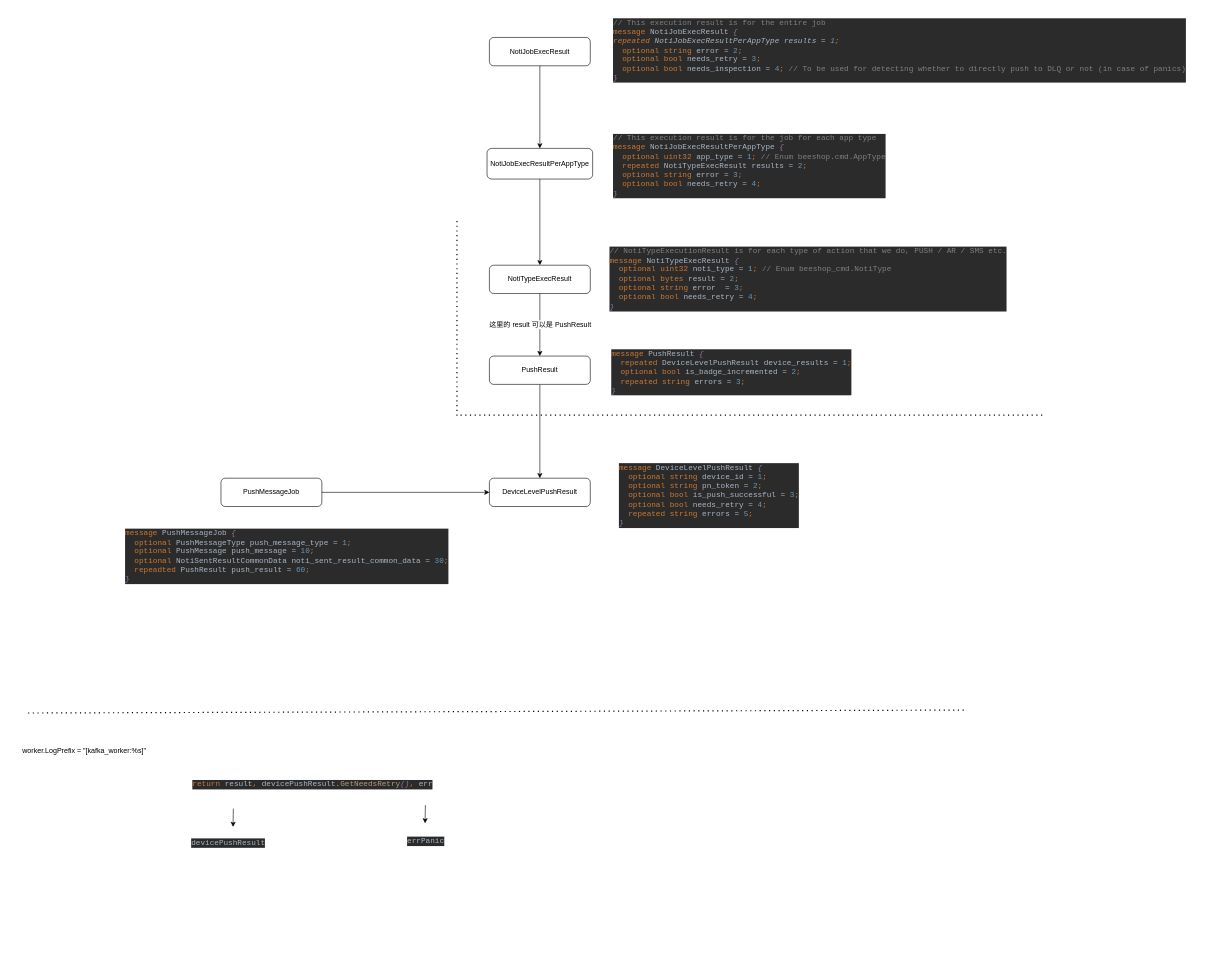
Before: page "Create new consumer for PN" (3 of 4) of Untitled Diagram.drawio in floatLig/drow.io, a draw.io diagram. Source tidied: cells renumbered, new cells numbered last; positions are measured from the earlier drawing's top-left corner, leaving out a move shared by most shapes. Both pictures are drawn from the tidied source at 59%, with x=0, y=0 at pixel (19, 20).
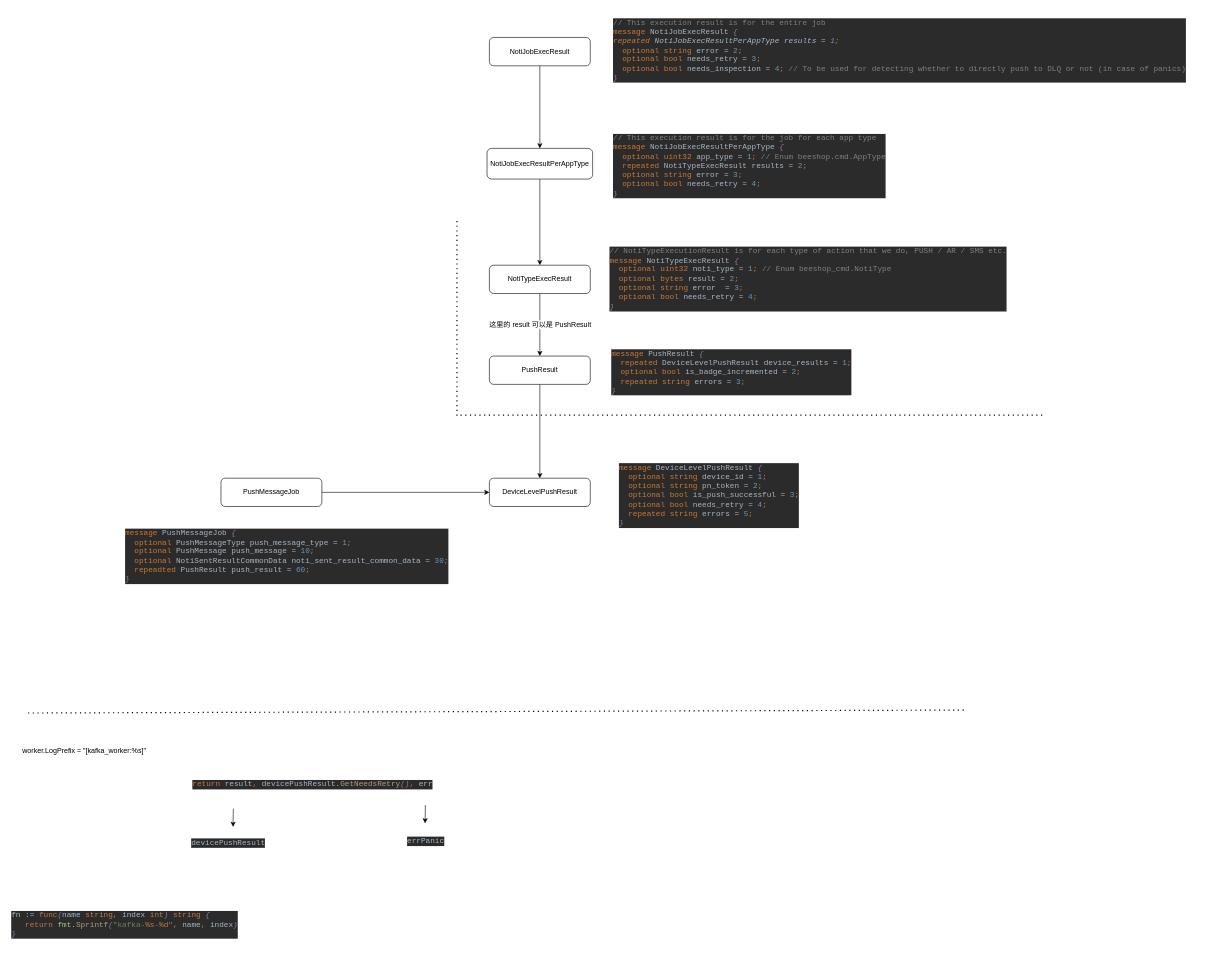
The same page after the edit.

Diff of the diagram source:
```diff
@@
+    <mxCell id="28" value="&lt;pre style=&quot;background-color: #2b2b2b ; color: #a9b7c6 ; font-family: &amp;quot;jetbrains mono&amp;quot; , monospace ; font-size: 9.8pt&quot;&gt;fn := &lt;span style=&quot;color: #c7773e&quot;&gt;func&lt;/span&gt;&lt;span style=&quot;color: #9876aa ; font-style: italic&quot;&gt;(&lt;/span&gt;name &lt;span style=&quot;color: #c7773e&quot;&gt;string&lt;/span&gt;&lt;span style=&quot;color: #cc7832&quot;&gt;, &lt;/span&gt;index &lt;span style=&quot;color: #c7773e&quot;&gt;int&lt;/span&gt;&lt;span style=&quot;color: #9876aa ; font-style: italic&quot;&gt;) &lt;/span&gt;&lt;span style=&quot;color: #c7773e&quot;&gt;string &lt;/span&gt;&lt;span style=&quot;color: #9876aa ; font-style: italic&quot;&gt;{&lt;br&gt;&lt;/span&gt;&lt;span style=&quot;color: #9876aa ; font-style: italic&quot;&gt;   &lt;/span&gt;&lt;span style=&quot;color: #c7773e&quot;&gt;return &lt;/span&gt;&lt;span style=&quot;color: #afbf7e&quot;&gt;fmt&lt;/span&gt;.&lt;span style=&quot;color: #b09d79&quot;&gt;Sprintf&lt;/span&gt;&lt;span style=&quot;color: #9876aa ; font-style: italic&quot;&gt;(&lt;/span&gt;&lt;span style=&quot;color: #6a8759&quot;&gt;&quot;kafka-&lt;/span&gt;&lt;span style=&quot;color: #cc7832&quot;&gt;%s&lt;/span&gt;&lt;span style=&quot;color: #6a8759&quot;&gt;-&lt;/span&gt;&lt;span style=&quot;color: #cc7832&quot;&gt;%d&lt;/span&gt;&lt;span style=&quot;color: #6a8759&quot;&gt;&quot;&lt;/span&gt;&lt;span style=&quot;color: #cc7832&quot;&gt;, &lt;/span&gt;name&lt;span style=&quot;color: #cc7832&quot;&gt;, &lt;/span&gt;index&lt;span style=&quot;color: #9876aa ; font-style: italic&quot;&gt;)&lt;br&gt;&lt;/span&gt;&lt;span style=&quot;color: #9876aa ; font-style: italic&quot;&gt;}&lt;/span&gt;&lt;/pre&gt;" style="text;whiteSpace=wrap;html=1;" parent="1" vertex="1">
+      <mxGeometry x="-15" y="1490" width="404" height="82" as="geometry" />
+    </mxCell>
```
